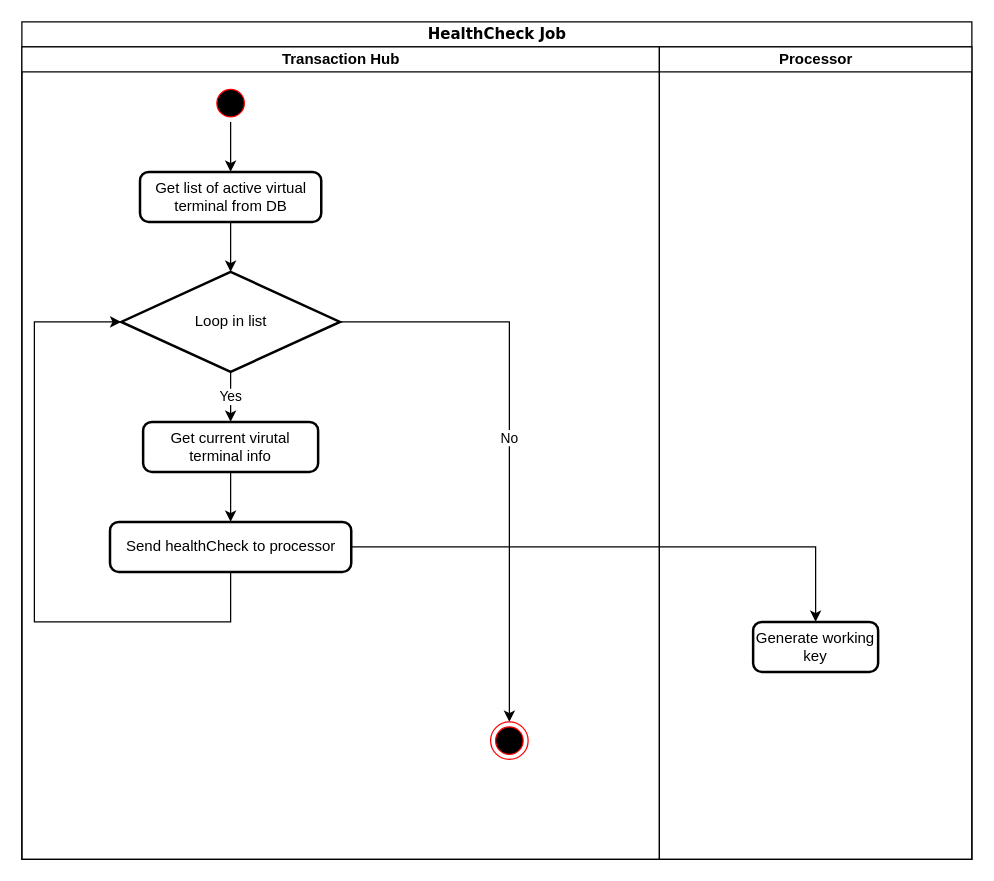
Earlier version of the draw.io diagram page "HealthCheck Job" (5 of 5) of docs/diagram.drawio (SmileDragonfly/transaction-hub). Source tidied: cells renumbered, new cells numbered last; positions are measured from the earlier drawing's top-left corner, leaving out a move shared by most shapes. Both pictures are drawn from the tidied source at 125%, with x=0, y=0 at pixel (21, 21).
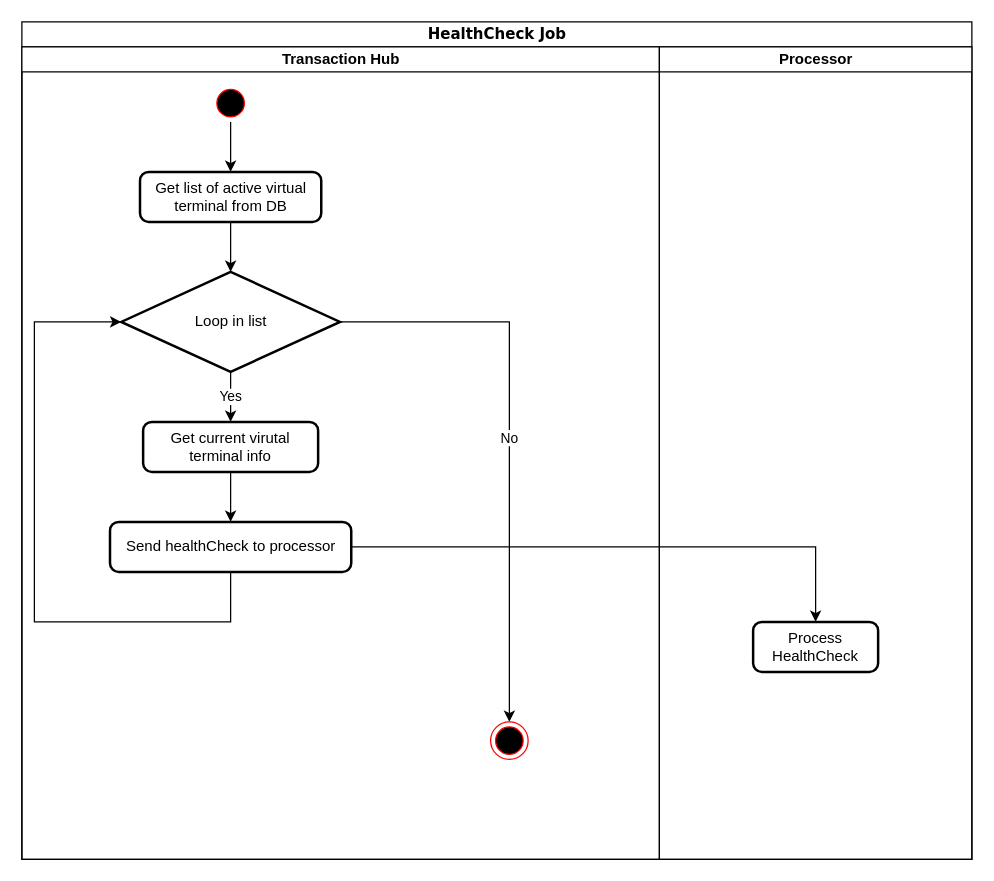
The same page after the edit.

The change refers to these unchanged cells:
```xml
<mxCell id="16" value="Processor" style="swimlane;html=1;startSize=20;" parent="2" vertex="1">
  <mxGeometry x="510" y="20" width="250" height="650" as="geometry" />
</mxCell>
```

The edit, as a diff of the source:
```diff
@@
-    <mxCell id="17" value="Generate working key" style="rounded=1;whiteSpace=wrap;html=1;absoluteArcSize=1;arcSize=14;strokeWidth=2;" parent="16" vertex="1">
+    <mxCell id="17" value="Process HealthCheck" style="rounded=1;whiteSpace=wrap;html=1;absoluteArcSize=1;arcSize=14;strokeWidth=2;" parent="16" vertex="1">
       <mxGeometry x="75" y="460" width="100" height="40" as="geometry" />
     </mxCell>
```
